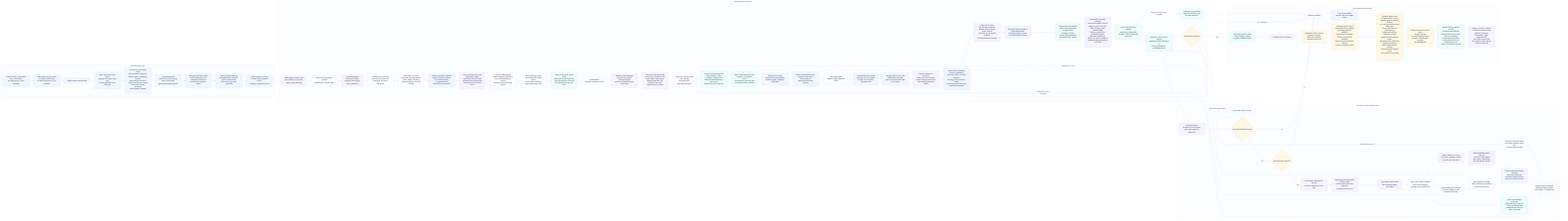
odylith/odylith keeps this Mermaid diagram as odylith/atlas/source/domain-intelligence-greenfield-governance.png. Above is the earlier version. Its source is kept beside it as odylith/atlas/source/domain-intelligence-greenfield-governance.mmd.
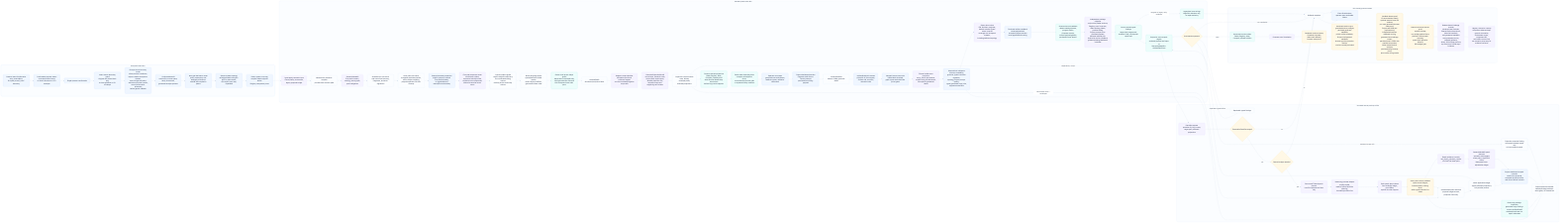
Above is the later version.

Diff of the diagram source:
```diff
@@ -55,10 +55,10 @@
       rescue_budget{"Rescue budget remains?"}
       tribunal_planner["Structured Tribunal patch planner<br/>host fills replacement facts only"]
       provider_adapter["Reasoning provider adapter<br/>explicit model,<br/>medium-effort PatchSet planning,<br/>bounded provider slice"]
-      strict_schema["Strict patch-plan schema<br/>fact envelope, ledger,<br/>proof delta"]
-      custody_check["Patch-plan custody validator<br/>reject moved targets,<br/>invented paths, empty facts"]
+      strict_schema["Strict patch-plan schema<br/>fact envelope, ledger,<br/>proof delta,<br/>explicit list-clear support"]
+      custody_check["Patch-plan custody validator<br/>reject moved targets,<br/>invented paths, missing facts;<br/>admit typed semantic list clears"]
       repair_manifest["Repair evidence custody<br/>last_repair_patchset_request<br/>survives final clean pass"]
-      semantic_apply["SemanticModelIR patch executor<br/>operation-kind targets,<br/>exact paths, idempotent host-adjudication ledger"]
+      semantic_apply["SemanticModelIR patch executor<br/>operation-kind targets,<br/>exact paths, explicit list clears,<br/>idempotent host-adjudication ledger"]
       plan_apply["ArtifactPlanIR patch executor<br/>proposal-target reroute,<br/>projection facts only"]
       scope_ledger["Patch application ledger<br/>explicit affected projections,<br/>full-prewrite posture"]
       dashboard_rerender["Project dashboard scoped rerender<br/>rebuilt from proposal,<br/>accepted-project preview,<br/>and source-launch context"]
@@ -76,8 +76,8 @@
       surface_custody["Rendered surface custody<br/>Casebook included,<br/>Atlas static fallback,<br/>browser state proof"]
       matrix_scorer["Hardened matrix scorer<br/>grounded anchor preflight,<br/>persisted governed readback,<br/>public artifact readback,<br/>Project shell payload readback,<br/>browser proof as premium blocker,<br/>runtime custody excluded"]
       release_matrix["Installed release proof<br/>13-case standard matrix,<br/>optional external case-file variance,<br/>per-case generated browser state proof,<br/>Project tab DOM and payload proof,<br/>independent artifact readback scoring,<br/>generated-term leakage rescan,<br/>persisted matrix JSON with manifest summaries,<br/>failed-create blocker excerpts,<br/>persisted temp-cleanup proof,<br/>plus rescue wiring smoke"]
-      natural_rescue_proof["Natural structured rescue proof<br/>explicit provider,<br/>non-probe repaired issue,<br/>planned Tribunal patch summary,<br/>90s budget gate"]
-      selected_case_leakage["Release domain leakage custody<br/>declared case sentinels,<br/>filtered distinctive anchors,<br/>historical sentinels,<br/>and generated readback<br/>scan protected source, shipped guidance,<br/>wheel, and runtime archives"]
+      natural_rescue_proof["Natural structured rescue proof<br/>explicit provider,<br/>non-probe repaired issue,<br/>planned Tribunal patch summary,<br/>typed clear operation allowed,<br/>90s budget gate"]
+      selected_case_leakage["Release domain leakage custody<br/>declared case sentinels,<br/>filtered distinctive anchors,<br/>historical sentinels,<br/>and generated readback<br/>scan protected source, shipped guidance,<br/>wheel, and runtime archives;<br/>top-level proof JSON stays evidence"]
       registry_forensics_custody["Registry forensics custody<br/>component sidecars keep generic summaries,<br/>workstream scope, component IDs,<br/>and artifact counts only<br/>raw scenario prose stays in evidence surfaces"]
     end
 
```
